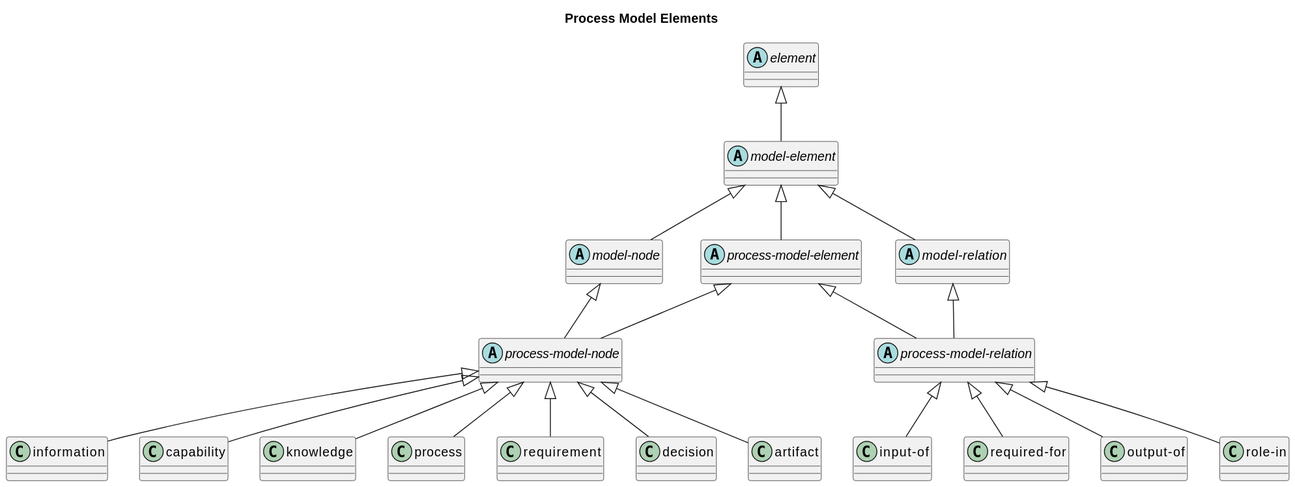
This is doc/images/overarch/data-model/process-model-elements.svg from soulspace-org/overarch, a PlantUML export, as it was before one commit.
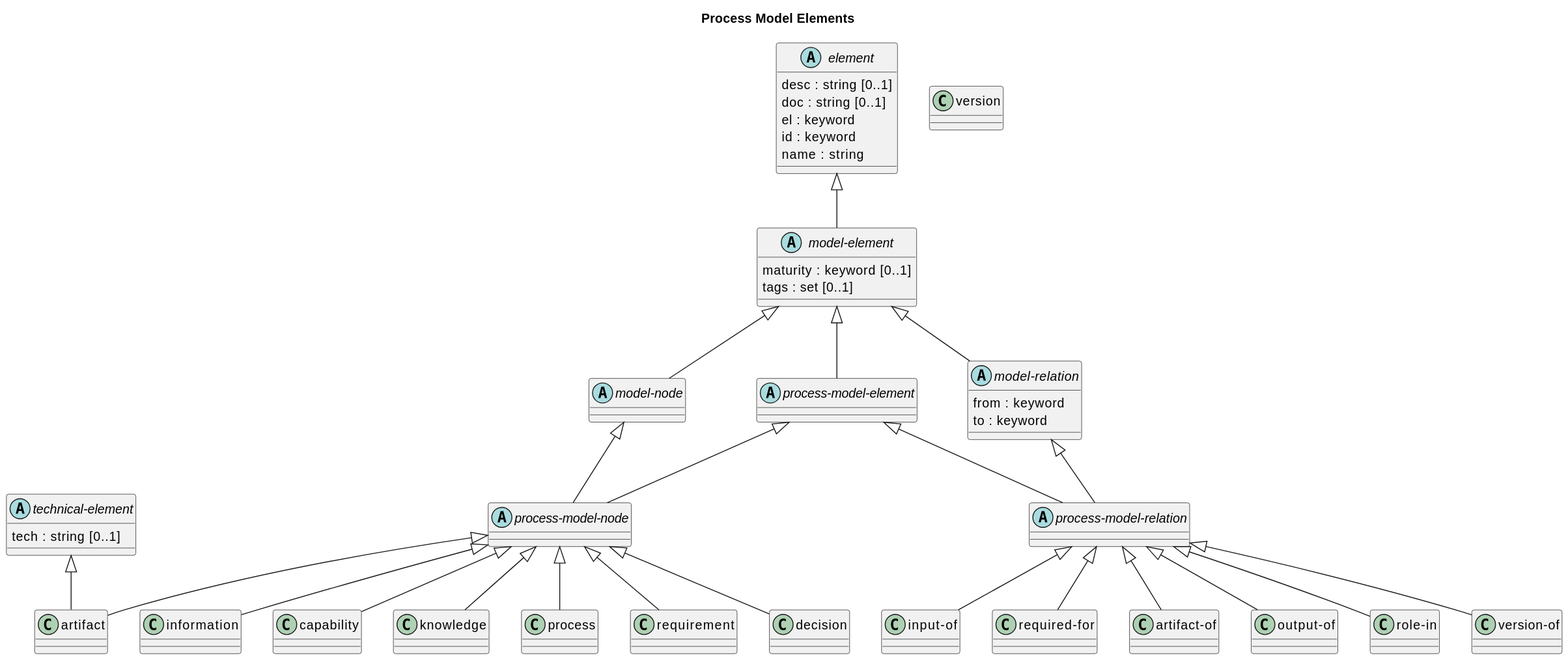
Later version of the same file.

Commit message:
update data model diagrams

What changed in the source:
```diff
@@ -1,24 +1,42 @@
 @startuml
 title Process Model Elements
 
-abstract class "element" as overarch_dataModel_element {}
+class "artifact" as overarch_dataModel_artifact {}
 class "information" as overarch_dataModel_information {}
+abstract class "model-element" as overarch_dataModel_modelElement {
+  maturity : keyword [0..1]
+  tags : set [0..1]
+}
 class "input-of" as overarch_dataModel_inputOf {}
 abstract class "process-model-element" as overarch_dataModel_processModelElement {}
 class "capability" as overarch_dataModel_capability {}
+abstract class "technical-element" as overarch_dataModel_technicalElement {
+  tech : string [0..1]
+}
 class "knowledge" as overarch_dataModel_knowledge {}
+class "version" as overarch_dataModel_version {}
 class "required-for" as overarch_dataModel_requiredFor {}
+class "artifact-of" as overarch_dataModel_artifactOf {}
 abstract class "process-model-node" as overarch_dataModel_processModelNode {}
 abstract class "process-model-relation" as overarch_dataModel_processModelRelation {}
 class "output-of" as overarch_dataModel_outputOf {}
 class "process" as overarch_dataModel_process {}
 class "role-in" as overarch_dataModel_roleIn {}
 abstract class "model-node" as overarch_dataModel_modelNode {}
+abstract class "model-relation" as overarch_dataModel_modelRelation {
+  from : keyword
+  to : keyword
+}
 class "requirement" as overarch_dataModel_requirement {}
-abstract class "model-relation" as overarch_dataModel_modelRelation {}
-abstract class "model-element" as overarch_dataModel_modelElement {}
 class "decision" as overarch_dataModel_decision {}
-class "artifact" as overarch_dataModel_artifact {}
+abstract class "element" as overarch_dataModel_element {
+  desc : string [0..1]
+  doc : string [0..1]
+  el : keyword
+  id : keyword
+  name : string
+}
+class "version-of" as overarch_dataModel_versionOf {}
 overarch_dataModel_modelNode <|-- overarch_dataModel_processModelNode
 overarch_dataModel_processModelNode <|-- overarch_dataModel_knowledge
 overarch_dataModel_element <|-- overarch_dataModel_modelElement
@@ -32,9 +50,12 @@
 overarch_dataModel_processModelNode <|-- overarch_dataModel_decision
 overarch_dataModel_modelElement <|-- overarch_dataModel_modelRelation
 overarch_dataModel_processModelRelation <|-- overarch_dataModel_roleIn
+overarch_dataModel_processModelRelation <|-- overarch_dataModel_versionOf
+overarch_dataModel_technicalElement <|-- overarch_dataModel_artifact
 overarch_dataModel_processModelNode <|-- overarch_dataModel_requirement
 overarch_dataModel_processModelRelation <|-- overarch_dataModel_requiredFor
 overarch_dataModel_processModelNode <|-- overarch_dataModel_capability
+overarch_dataModel_processModelRelation <|-- overarch_dataModel_artifactOf
 overarch_dataModel_processModelElement <|-- overarch_dataModel_processModelRelation
 overarch_dataModel_processModelNode <|-- overarch_dataModel_artifact
 overarch_dataModel_processModelRelation <|-- overarch_dataModel_outputOf
```
